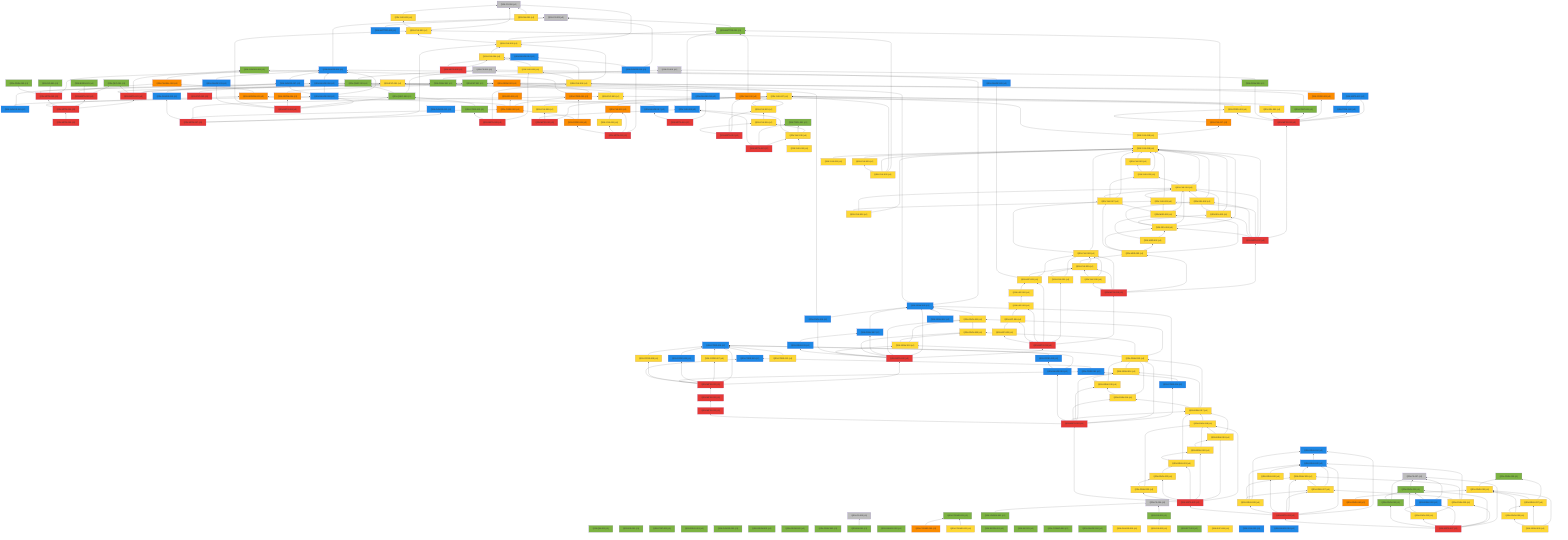
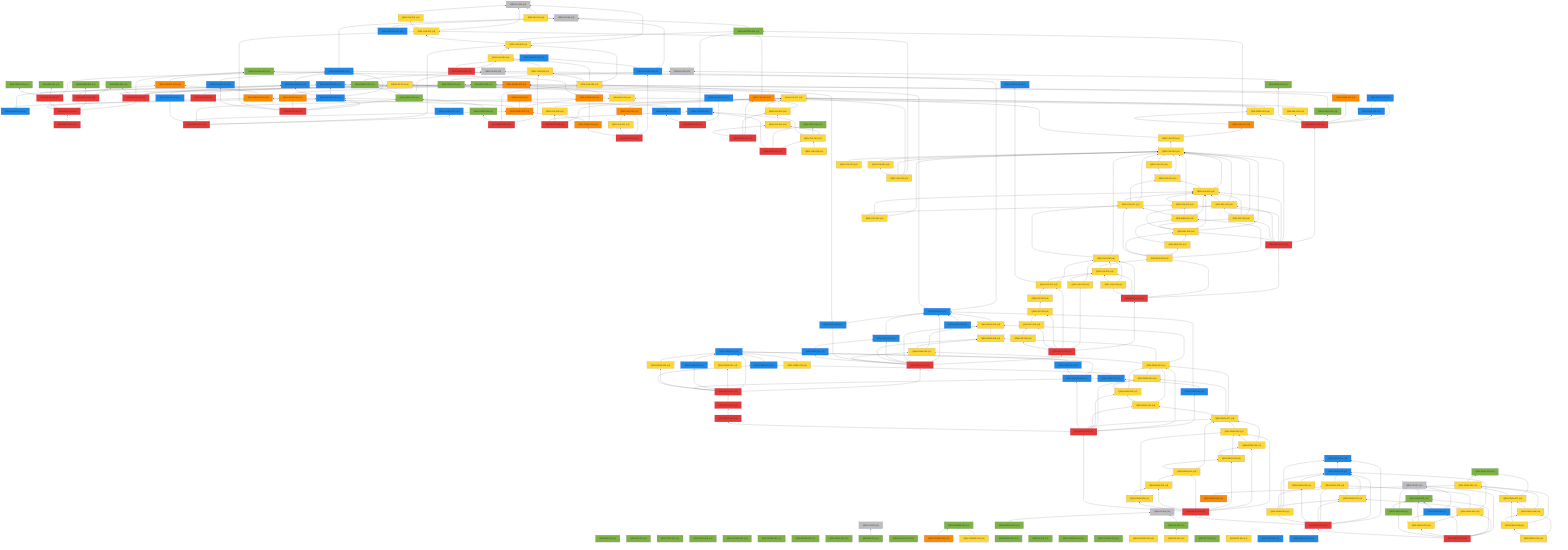
%% 自動生成 (dag/report.pl) — QRN 主張依存グラフ
graph BT
  QRN_C0_001["QRN-C0-001 (c0)"]:::c0
  QRN_C0_002["QRN-C0-002 (c0)"]:::c0
  QRN_C0_003["QRN-C0-003 (c0)"]:::c0
  QRN_C0_004["QRN-C0-004 (c0)"]:::c0
  QRN_C0_005["QRN-C0-005 (c0)"]:::c0
  QRN_C0_006["QRN-C0-006 (c0)"]:::c0
  QRN_QM_001["QRN-QM-001 (c1)"]:::c1
  QRN_GR_001["QRN-GR-001 (c1)"]:::c1
  QRN_STAT_001["QRN-STAT-001 (c1)"]:::c1
  QRN_FIELD_001["QRN-FIELD-001 (c1)"]:::c1
  QRN_GAUGE_001["QRN-GAUGE-001 (c1)"]:::c1
  QRN_ENT_001["QRN-ENT-001 (c1)"]:::c1
  QRN_GEOM_001["QRN-GEOM-001 (c1)"]:::c1
  QRN_GEOM_002["QRN-GEOM-002 (c1)"]:::c1
  QRN_GEOM_003["QRN-GEOM-003 (c3)"]:::c3
  QRN_GRAV_001["QRN-GRAV-001 (c1)"]:::c1
  QRN_GRAV_002["QRN-GRAV-002 (c1)"]:::c1
  QRN_BH_001["QRN-BH-001 (c1)"]:::c1
  QRN_CAUSAL_001["QRN-CAUSAL-001 (c1)"]:::c1
  QRN_CAUSAL_002["QRN-CAUSAL-002 (c3)"]:::c3
  QRN_ER_001["QRN-ER-001 (c3)"]:::c3
  QRN_QEC_001["QRN-QEC-001 (c1)"]:::c1
  QRN_GAUGE_002["QRN-GAUGE-002 (c1)"]:::c1
  QRN_COSMO_001["QRN-COSMO-001 (c1)"]:::c1
  QRN_COSMO_002["QRN-COSMO-002 (c4)"]:::c4
  QRN_COSMO_003["QRN-COSMO-003 (c3)"]:::c3
  QRN_BORN_001["QRN-BORN-001 (c1)"]:::c1
  QRN_BORN_002["QRN-BORN-002 (c1)"]:::c1
  QRN_GRAV_003["QRN-GRAV-003 (c1)"]:::c1
  QRN_KK_001["QRN-KK-001 (c1)"]:::c1
  QRN_MATTER_001["QRN-MATTER-001 (c1)"]:::c1
  QRN_MATTER_002["QRN-MATTER-002 (c2)"]:::c2
  QRN_COSMO_004["QRN-COSMO-004 (c1)"]:::c1
  QRN_EXP_001["QRN-EXP-001 (c4)"]:::c4
  QRN_GAUGE_003["QRN-GAUGE-003 (c2)"]:::c2
  QRN_GAUGE_004["QRN-GAUGE-004 (c1)"]:::c1
  QRN_GAUGE_005["QRN-GAUGE-005 (c4)"]:::c4
  QRN_YUK_001["QRN-YUK-001 (c4)"]:::c4
  QRN_RG_001["QRN-RG-001 (c1)"]:::c1
  QRN_UNRUH_001["QRN-UNRUH-001 (c1)"]:::c1
  QRN_QNEC_001["QRN-QNEC-001 (c1)"]:::c1
  QRN_NU_001["QRN-NU-001 (c4)"]:::c4
  QRN_GAUGE_006["QRN-GAUGE-006 (c2)"]:::c2
  QRN_DS_001["QRN-DS-001 (c1)"]:::c1
  QRN_DS_002["QRN-DS-002 (c4)"]:::c4
  QRN_ARROW_001["QRN-ARROW-001 (c3)"]:::c3
  QRN_GAUGE_007["QRN-GAUGE-007 (c2)"]:::c2
  QRN_EFT_001["QRN-EFT-001 (c1)"]:::c1
  QRN_GAUGE_008["QRN-GAUGE-008 (c2)"]:::c2
  QRN_GAUGE_009["QRN-GAUGE-009 (c2)"]:::c2
  QRN_GAUGE_010["QRN-GAUGE-010 (c2)"]:::c2
  QRN_QNEC_002["QRN-QNEC-002 (c1)"]:::c1
  QRN_GEOM_004["QRN-GEOM-004 (c3)"]:::c3
  QRN_YUK_002["QRN-YUK-002 (c4)"]:::c4
  QRN_EXP_002["QRN-EXP-002 (c5)"]:::c5
  QRN_CORE_001["QRN-CORE-001 (c3)"]:::c3
  QRN_GAUGE_011["QRN-GAUGE-011 (c2)"]:::c2
  QRN_GAUGE_012["QRN-GAUGE-012 (c2)"]:::c2
  QRN_YUK_003["QRN-YUK-003 (c4)"]:::c4
  QRN_EXP_003["QRN-EXP-003 (c4)"]:::c4
  QRN_CORE_002["QRN-CORE-002 (c3)"]:::c3
  QRN_GAUGE_013["QRN-GAUGE-013 (c2)"]:::c2
  QRN_YUK_004["QRN-YUK-004 (c4)"]:::c4
  QRN_GAUGE_014["QRN-GAUGE-014 (c2)"]:::c2
  QRN_META_001["QRN-META-001 (c5)"]:::c5
  QRN_META_002["QRN-META-002 (c5)"]:::c5
  QRN_META_003["QRN-META-003 (c5)"]:::c5
  QRN_META_004["QRN-META-004 (c5)"]:::c5
  QRN_META_005["QRN-META-005 (c5)"]:::c5
  QRN_META_006["QRN-META-006 (c5)"]:::c5
  QRN_META_007["QRN-META-007 (c5)"]:::c5
  QRN_META_008["QRN-META-008 (c5)"]:::c5
  QRN_YUK_005["QRN-YUK-005 (c4)"]:::c4
  QRN_YUK_006["QRN-YUK-006 (c4)"]:::c4
  QRN_CORE_003["QRN-CORE-003 (c1)"]:::c1
  QRN_META_009["QRN-META-009 (c5)"]:::c5
  QRN_YUK_007["QRN-YUK-007 (c4)"]:::c4
  QRN_YUK_008["QRN-YUK-008 (c4)"]:::c4
  QRN_YUK_009["QRN-YUK-009 (c2)"]:::c2
  QRN_META_010["QRN-META-010 (c5)"]:::c5
  QRN_GAUGE_015["QRN-GAUGE-015 (c2)"]:::c2
  QRN_YUK_010["QRN-YUK-010 (c3)"]:::c3
  QRN_YUK_011["QRN-YUK-011 (c4)"]:::c4
  QRN_CORE_004["QRN-CORE-004 (c3)"]:::c3
  QRN_META_011["QRN-META-011 (c5)"]:::c5
  QRN_YUK_012["QRN-YUK-012 (c3)"]:::c3
  QRN_YUK_013["QRN-YUK-013 (c4)"]:::c4
  QRN_YUK_014["QRN-YUK-014 (c4)"]:::c4
  QRN_META_012["QRN-META-012 (c5)"]:::c5
  QRN_TOOL_001["QRN-TOOL-001 (c1)"]:::c1
  QRN_YUK_015["QRN-YUK-015 (c4)"]:::c4
  QRN_META_013["QRN-META-013 (c5)"]:::c5
  QRN_GAUGE_016["QRN-GAUGE-016 (c2)"]:::c2
  QRN_GAUGE_017["QRN-GAUGE-017 (c2)"]:::c2
  QRN_META_014["QRN-META-014 (c5)"]:::c5
  QRN_META_015["QRN-META-015 (c2)"]:::c2
  QRN_TOOL_002["QRN-TOOL-002 (c2)"]:::c2
  QRN_CORE_005["QRN-CORE-005 (c3)"]:::c3
  QRN_CONT_001["QRN-CONT-001 (c1)"]:::c1
  QRN_SEL_001["QRN-SEL-001 (c4)"]:::c4
  QRN_GRAV_004["QRN-GRAV-004 (c1)"]:::c1
  QRN_PRED_001["QRN-PRED-001 (c4)"]:::c4
  QRN_META_016["QRN-META-016 (c5)"]:::c5
  QRN_YUK_016["QRN-YUK-016 (c4)"]:::c4
  QRN_YUK_017["QRN-YUK-017 (c3)"]:::c3
  QRN_YUK_018["QRN-YUK-018 (c4)"]:::c4
  QRN_YUK_019["QRN-YUK-019 (c4)"]:::c4
  QRN_YUK_020["QRN-YUK-020 (c4)"]:::c4
  QRN_YUK_021["QRN-YUK-021 (c4)"]:::c4
  QRN_YUK_022["QRN-YUK-022 (c4)"]:::c4
  QRN_YUK_023["QRN-YUK-023 (c4)"]:::c4
  QRN_YUK_024["QRN-YUK-024 (c4)"]:::c4
  QRN_YUK_025["QRN-YUK-025 (c4)"]:::c4
  QRN_SEL_002["QRN-SEL-002 (c4)"]:::c4
  QRN_SEL_003["QRN-SEL-003 (c4)"]:::c4
  QRN_SEL_004["QRN-SEL-004 (c4)"]:::c4
  QRN_META_017["QRN-META-017 (c5)"]:::c5
  QRN_YUK_026["QRN-YUK-026 (c4)"]:::c4
  QRN_YUK_027["QRN-YUK-027 (c4)"]:::c4
  QRN_MSR_001["QRN-MSR-001 (c4)"]:::c4
  QRN_MSR_002["QRN-MSR-002 (c4)"]:::c4
  QRN_MSR_003["QRN-MSR-003 (c4)"]:::c4
  QRN_YUK_028["QRN-YUK-028 (c4)"]:::c4
  QRN_YUK_029["QRN-YUK-029 (c4)"]:::c4
  QRN_YUK_030["QRN-YUK-030 (c4)"]:::c4
  QRN_META_018["QRN-META-018 (c5)"]:::c5
  QRN_YUK_031["QRN-YUK-031 (c4)"]:::c4
  QRN_LEP_001["QRN-LEP-001 (c4)"]:::c4
  QRN_LEP_002["QRN-LEP-002 (c4)"]:::c4
  QRN_LEP_003["QRN-LEP-003 (c4)"]:::c4
  QRN_LEP_004["QRN-LEP-004 (c4)"]:::c4
  QRN_LEP_005["QRN-LEP-005 (c4)"]:::c4
  QRN_META_019["QRN-META-019 (c5)"]:::c5
  QRN_GRAV_005["QRN-GRAV-005 (c2)"]:::c2
  QRN_GRAV_006["QRN-GRAV-006 (c4)"]:::c4
  QRN_GRAV_007["QRN-GRAV-007 (c2)"]:::c2
  QRN_GRAV_008["QRN-GRAV-008 (c4)"]:::c4
  QRN_GRAV_009["QRN-GRAV-009 (c2)"]:::c2
  QRN_GRAV_010["QRN-GRAV-010 (c4)"]:::c4
  QRN_GRAV_011["QRN-GRAV-011 (c2)"]:::c2
  QRN_META_020["QRN-META-020 (c5)"]:::c5
  QRN_CORE_006["QRN-CORE-006 (c2)"]:::c2
  QRN_CORE_007["QRN-CORE-007 (c4)"]:::c4
  QRN_CORE_008["QRN-CORE-008 (c2)"]:::c2
  QRN_CORE_009["QRN-CORE-009 (c4)"]:::c4
  QRN_CORE_010["QRN-CORE-010 (c2)"]:::c2
  QRN_CORE_011["QRN-CORE-011 (c2)"]:::c2
  QRN_META_021["QRN-META-021 (c5)"]:::c5
  QRN_CORE_012["QRN-CORE-012 (c4)"]:::c4
  QRN_EXP_004["QRN-EXP-004 (c4)"]:::c4
  QRN_CORE_013["QRN-CORE-013 (c2)"]:::c2
  QRN_GRAV_012["QRN-GRAV-012 (c2)"]:::c2
  QRN_YUK_032["QRN-YUK-032 (c2)"]:::c2
  QRN_GAUGE_018["QRN-GAUGE-018 (c2)"]:::c2
  QRN_META_022["QRN-META-022 (c5)"]:::c5
  QRN_META_023["QRN-META-023 (c5)"]:::c5
  QRN_CORE_014["QRN-CORE-014 (c2)"]:::c2
  QRN_GRAV_013["QRN-GRAV-013 (c4)"]:::c4
  QRN_GRAV_014["QRN-GRAV-014 (c4)"]:::c4
  QRN_GRAV_015["QRN-GRAV-015 (c4)"]:::c4
  QRN_GRAV_016["QRN-GRAV-016 (c4)"]:::c4
  QRN_GRAV_017["QRN-GRAV-017 (c4)"]:::c4
  QRN_GAUGE_019["QRN-GAUGE-019 (c2)"]:::c2
  QRN_META_024["QRN-META-024 (c5)"]:::c5
  QRN_GRAV_018["QRN-GRAV-018 (c4)"]:::c4
  QRN_GRAV_019["QRN-GRAV-019 (c4)"]:::c4
  QRN_GRAV_020["QRN-GRAV-020 (c4)"]:::c4
  QRN_GRAV_021["QRN-GRAV-021 (c4)"]:::c4
  QRN_GRAV_022["QRN-GRAV-022 (c4)"]:::c4
  QRN_GRAV_023["QRN-GRAV-023 (c4)"]:::c4
  QRN_META_025["QRN-META-025 (c5)"]:::c5
  QRN_GRAV_024["QRN-GRAV-024 (c2)"]:::c2
  QRN_GRAV_025["QRN-GRAV-025 (c2)"]:::c2
  QRN_GRAV_026["QRN-GRAV-026 (c4)"]:::c4
  QRN_GRAV_027["QRN-GRAV-027 (c4)"]:::c4
  QRN_GRAV_028["QRN-GRAV-028 (c4)"]:::c4
  QRN_GRAV_029["QRN-GRAV-029 (c4)"]:::c4
  QRN_META_026["QRN-META-026 (c5)"]:::c5
  QRN_GRAV_030["QRN-GRAV-030 (c4)"]:::c4
  QRN_C0_007["QRN-C0-007 (c0)"]:::c0
  QRN_GRAV_031["QRN-GRAV-031 (c1)"]:::c1
  QRN_GRAV_032["QRN-GRAV-032 (c2)"]:::c2
  QRN_GRAV_033["QRN-GRAV-033 (c4)"]:::c4
  QRN_GRAV_034["QRN-GRAV-034 (c1)"]:::c1
  QRN_META_027["QRN-META-027 (c5)"]:::c5
  QRN_YUK_033["QRN-YUK-033 (c4)"]:::c4
  QRN_GRAV_035["QRN-GRAV-035 (c1)"]:::c1
  QRN_GRAV_036["QRN-GRAV-036 (c4)"]:::c4
  QRN_GRAV_037["QRN-GRAV-037 (c4)"]:::c4
  QRN_GRAV_038["QRN-GRAV-038 (c4)"]:::c4
  QRN_GRAV_039["QRN-GRAV-039 (c4)"]:::c4
  QRN_GRAV_040["QRN-GRAV-040 (c3)"]:::c3
+   QRN_GRAV_041["QRN-GRAV-041 (c4)"]:::c4
  QRN_GRAV_001 --> QRN_C0_001
  QRN_BH_001 --> QRN_C0_003
  QRN_CAUSAL_002 --> QRN_CAUSAL_001
  QRN_COSMO_002 --> QRN_COSMO_001
  QRN_COSMO_003 --> QRN_COSMO_001
  QRN_MATTER_001 --> QRN_C0_005
  QRN_MATTER_002 --> QRN_C0_005
  QRN_GAUGE_003 --> QRN_C0_005
  QRN_YUK_001 --> QRN_C0_006
  QRN_UNRUH_001 --> QRN_C0_004
  QRN_QNEC_001 --> QRN_C0_002
  QRN_NU_001 --> QRN_C0_006
  QRN_GAUGE_006 --> QRN_GAUGE_003
  QRN_DS_001 --> QRN_C0_004
  QRN_DS_002 --> QRN_DS_001
  QRN_ARROW_001 --> QRN_CAUSAL_002
  QRN_GAUGE_007 --> QRN_GAUGE_003
  QRN_GAUGE_008 --> QRN_GAUGE_003
  QRN_GAUGE_008 --> QRN_GAUGE_006
  QRN_GAUGE_008 --> QRN_GAUGE_007
  QRN_GAUGE_009 --> QRN_GAUGE_003
  QRN_GAUGE_010 --> QRN_GAUGE_006
  QRN_GAUGE_010 --> QRN_GAUGE_008
  QRN_QNEC_002 --> QRN_C0_002
  QRN_QNEC_002 --> QRN_QNEC_001
  QRN_GEOM_004 --> QRN_GEOM_003
  QRN_YUK_002 --> QRN_C0_006
  QRN_YUK_002 --> QRN_YUK_001
  QRN_EXP_002 --> QRN_EXP_001
  QRN_CORE_001 --> QRN_GEOM_003
  QRN_CORE_001 --> QRN_CAUSAL_001
  QRN_GAUGE_011 --> QRN_GAUGE_003
  QRN_YUK_003 --> QRN_C0_006
  QRN_YUK_003 --> QRN_MATTER_001
  QRN_YUK_003 --> QRN_YUK_002
  QRN_EXP_003 --> QRN_EXP_001
  QRN_CORE_002 --> QRN_CORE_001
  QRN_CORE_002 --> QRN_ER_001
  QRN_CORE_002 --> QRN_ARROW_001
  QRN_GAUGE_013 --> QRN_GAUGE_007
  QRN_YUK_004 --> QRN_YUK_003
  QRN_META_001 --> QRN_GEOM_003
  QRN_META_001 --> QRN_GRAV_001
  QRN_META_001 --> QRN_CAUSAL_001
  QRN_META_001 --> QRN_QEC_001
  QRN_META_001 --> QRN_ENT_001
  QRN_META_002 --> QRN_QEC_001
  QRN_META_002 --> QRN_BORN_001
  QRN_META_002 --> QRN_CAUSAL_002
  QRN_META_003 --> QRN_GAUGE_003
  QRN_META_003 --> QRN_RG_001
  QRN_META_003 --> QRN_QNEC_001
  QRN_META_003 --> QRN_GRAV_003
  QRN_META_004 --> QRN_META_001
  QRN_META_004 --> QRN_META_002
  QRN_META_004 --> QRN_META_003
  QRN_META_004 --> QRN_ARROW_001
  QRN_META_005 --> QRN_META_004
  QRN_META_006 --> QRN_GAUGE_008
  QRN_META_006 --> QRN_QNEC_002
  QRN_META_006 --> QRN_GEOM_004
  QRN_META_006 --> QRN_YUK_002
  QRN_META_006 --> QRN_GAUGE_011
  QRN_META_007 --> QRN_GAUGE_012
  QRN_META_007 --> QRN_YUK_003
  QRN_META_007 --> QRN_EXP_003
  QRN_META_007 --> QRN_CORE_002
  QRN_META_007 --> QRN_GAUGE_013
  QRN_META_008 --> QRN_YUK_004
  QRN_META_008 --> QRN_GAUGE_014
  QRN_YUK_005 --> QRN_YUK_004
  QRN_YUK_006 --> QRN_YUK_003
  QRN_YUK_006 --> QRN_YUK_004
  QRN_YUK_006 --> QRN_YUK_005
  QRN_CORE_003 --> QRN_QNEC_002
  QRN_META_009 --> QRN_YUK_005
  QRN_META_009 --> QRN_YUK_006
  QRN_META_009 --> QRN_CORE_003
  QRN_YUK_007 --> QRN_YUK_006
  QRN_YUK_008 --> QRN_YUK_007
  QRN_YUK_009 --> QRN_MATTER_001
  QRN_META_010 --> QRN_YUK_007
  QRN_META_010 --> QRN_YUK_008
  QRN_META_010 --> QRN_YUK_009
  QRN_GAUGE_015 --> QRN_C0_005
  QRN_GAUGE_015 --> QRN_GAUGE_014
  QRN_YUK_010 --> QRN_YUK_007
  QRN_YUK_011 --> QRN_YUK_010
  QRN_CORE_004 --> QRN_CORE_001
  QRN_CORE_004 --> QRN_CORE_002
  QRN_META_011 --> QRN_GAUGE_015
  QRN_META_011 --> QRN_YUK_010
  QRN_META_011 --> QRN_YUK_011
  QRN_META_011 --> QRN_CORE_004
  QRN_YUK_012 --> QRN_MATTER_001
  QRN_YUK_013 --> QRN_YUK_012
  QRN_YUK_013 --> QRN_YUK_007
  QRN_YUK_014 --> QRN_YUK_013
  QRN_META_012 --> QRN_YUK_012
  QRN_META_012 --> QRN_YUK_013
  QRN_META_012 --> QRN_YUK_014
  QRN_YUK_015 --> QRN_YUK_014
  QRN_YUK_015 --> QRN_TOOL_001
  QRN_YUK_015 --> QRN_YUK_009
  QRN_META_013 --> QRN_YUK_015
  QRN_META_013 --> QRN_TOOL_001
  QRN_META_013 --> QRN_YUK_009
  QRN_GAUGE_016 --> QRN_GAUGE_006
  QRN_GAUGE_017 --> QRN_GAUGE_008
  QRN_META_014 --> QRN_GAUGE_016
  QRN_META_014 --> QRN_GAUGE_017
  QRN_TOOL_002 --> QRN_META_015
  QRN_CORE_005 --> QRN_GEOM_003
  QRN_CONT_001 --> QRN_ENT_001
  QRN_SEL_001 --> QRN_YUK_007
  QRN_GRAV_004 --> QRN_C0_001
  QRN_PRED_001 --> QRN_YUK_007
  QRN_PRED_001 --> QRN_EXP_003
  QRN_META_016 --> QRN_META_015
  QRN_META_016 --> QRN_TOOL_002
  QRN_META_016 --> QRN_CORE_005
  QRN_META_016 --> QRN_CONT_001
  QRN_META_016 --> QRN_SEL_001
  QRN_META_016 --> QRN_GRAV_004
  QRN_META_016 --> QRN_PRED_001
  QRN_YUK_016 --> QRN_YUK_015
  QRN_YUK_017 --> QRN_MATTER_001
  QRN_YUK_017 --> QRN_PRED_001
  QRN_YUK_018 --> QRN_YUK_017
  QRN_YUK_018 --> QRN_YUK_007
  QRN_YUK_019 --> QRN_YUK_018
  QRN_YUK_020 --> QRN_YUK_019
  QRN_YUK_021 --> QRN_YUK_019
  QRN_YUK_022 --> QRN_YUK_019
  QRN_YUK_023 --> QRN_YUK_019
  QRN_YUK_023 --> QRN_YUK_022
  QRN_YUK_024 --> QRN_YUK_019
  QRN_YUK_024 --> QRN_YUK_023
  QRN_YUK_025 --> QRN_YUK_019
  QRN_YUK_025 --> QRN_YUK_024
  QRN_SEL_002 --> QRN_YUK_019
  QRN_SEL_002 --> QRN_YUK_024
  QRN_SEL_003 --> QRN_YUK_019
  QRN_SEL_003 --> QRN_YUK_024
  QRN_SEL_003 --> QRN_SEL_002
  QRN_SEL_004 --> QRN_YUK_019
  QRN_SEL_004 --> QRN_YUK_024
  QRN_SEL_004 --> QRN_SEL_002
  QRN_SEL_004 --> QRN_SEL_003
  QRN_META_017 --> QRN_META_016
  QRN_META_017 --> QRN_YUK_019
  QRN_META_017 --> QRN_YUK_024
  QRN_META_017 --> QRN_YUK_025
  QRN_META_017 --> QRN_SEL_002
  QRN_META_017 --> QRN_SEL_003
  QRN_META_017 --> QRN_SEL_004
  QRN_YUK_026 --> QRN_YUK_019
  QRN_YUK_026 --> QRN_YUK_024
  QRN_YUK_026 --> QRN_YUK_025
  QRN_YUK_027 --> QRN_YUK_019
  QRN_YUK_027 --> QRN_YUK_023
  QRN_YUK_027 --> QRN_YUK_024
  QRN_MSR_001 --> QRN_YUK_024
  QRN_MSR_001 --> QRN_YUK_025
  QRN_MSR_001 --> QRN_YUK_027
  QRN_MSR_002 --> QRN_SEL_004
  QRN_MSR_002 --> QRN_MSR_001
  QRN_MSR_003 --> QRN_MSR_001
  QRN_MSR_003 --> QRN_MSR_002
  QRN_MSR_003 --> QRN_SEL_004
  QRN_MSR_003 --> QRN_YUK_027
  QRN_YUK_028 --> QRN_YUK_019
  QRN_YUK_028 --> QRN_YUK_027
  QRN_YUK_029 --> QRN_YUK_028
  QRN_YUK_029 --> QRN_MSR_003
  QRN_YUK_030 --> QRN_YUK_028
  QRN_YUK_030 --> QRN_YUK_029
  QRN_META_018 --> QRN_META_017
  QRN_META_018 --> QRN_MSR_003
  QRN_META_018 --> QRN_YUK_028
  QRN_META_018 --> QRN_YUK_029
  QRN_META_018 --> QRN_YUK_030
  QRN_YUK_031 --> QRN_YUK_028
  QRN_YUK_031 --> QRN_YUK_029
  QRN_LEP_001 --> QRN_YUK_028
  QRN_LEP_001 --> QRN_YUK_029
  QRN_LEP_001 --> QRN_GAUGE_009
  QRN_LEP_002 --> QRN_LEP_001
  QRN_LEP_003 --> QRN_LEP_002
  QRN_LEP_004 --> QRN_LEP_003
  QRN_LEP_005 --> QRN_LEP_004
  QRN_META_019 --> QRN_META_018
  QRN_META_019 --> QRN_YUK_031
  QRN_META_019 --> QRN_LEP_001
  QRN_META_019 --> QRN_LEP_003
  QRN_META_019 --> QRN_LEP_004
  QRN_META_019 --> QRN_LEP_005
  QRN_GRAV_005 --> QRN_C0_002
  QRN_GRAV_005 --> QRN_GRAV_001
  QRN_GRAV_006 --> QRN_GRAV_005
  QRN_GRAV_007 --> QRN_GRAV_005
  QRN_GRAV_008 --> QRN_GRAV_006
  QRN_GRAV_009 --> QRN_GRAV_005
  QRN_GRAV_009 --> QRN_QNEC_001
  QRN_GRAV_010 --> QRN_GRAV_006
  QRN_GRAV_010 --> QRN_GRAV_008
  QRN_GRAV_011 --> QRN_GRAV_007
  QRN_META_020 --> QRN_META_019
  QRN_META_020 --> QRN_GRAV_005
  QRN_META_020 --> QRN_GRAV_006
  QRN_META_020 --> QRN_GRAV_007
  QRN_META_020 --> QRN_GRAV_008
  QRN_META_020 --> QRN_GRAV_009
  QRN_META_020 --> QRN_GRAV_010
  QRN_META_020 --> QRN_GRAV_011
  QRN_CORE_007 --> QRN_CORE_006
  QRN_CORE_008 --> QRN_CORE_006
  QRN_CORE_009 --> QRN_CORE_006
  QRN_CORE_010 --> QRN_CORE_006
  QRN_CORE_011 --> QRN_CORE_010
  QRN_META_021 --> QRN_META_020
  QRN_META_021 --> QRN_CORE_006
  QRN_META_021 --> QRN_CORE_007
  QRN_META_021 --> QRN_CORE_008
  QRN_META_021 --> QRN_CORE_009
  QRN_META_021 --> QRN_CORE_010
  QRN_META_021 --> QRN_CORE_011
  QRN_CORE_012 --> QRN_CORE_006
  QRN_CORE_013 --> QRN_CORE_006
  QRN_GRAV_012 --> QRN_GRAV_005
  QRN_META_022 --> QRN_META_021
  QRN_META_023 --> QRN_META_022
  QRN_CORE_014 --> QRN_CORE_011
  QRN_CORE_014 --> QRN_GRAV_005
  QRN_GRAV_013 --> QRN_GRAV_006
  QRN_GRAV_013 --> QRN_GRAV_008
  QRN_GRAV_013 --> QRN_GRAV_010
  QRN_GRAV_014 --> QRN_GRAV_013
  QRN_GRAV_015 --> QRN_GRAV_013
  QRN_GRAV_015 --> QRN_GRAV_014
  QRN_GRAV_016 --> QRN_GRAV_013
  QRN_GRAV_016 --> QRN_GRAV_015
  QRN_GRAV_017 --> QRN_GRAV_013
  QRN_GRAV_017 --> QRN_GRAV_014
  QRN_GRAV_017 --> QRN_GRAV_016
  QRN_GAUGE_019 --> QRN_CORE_006
  QRN_GAUGE_019 --> QRN_CORE_013
  QRN_META_024 --> QRN_CORE_014
  QRN_META_024 --> QRN_GRAV_013
  QRN_META_024 --> QRN_GRAV_014
  QRN_META_024 --> QRN_GRAV_015
  QRN_META_024 --> QRN_GRAV_016
  QRN_META_024 --> QRN_GRAV_017
  QRN_META_024 --> QRN_GAUGE_019
  QRN_META_024 --> QRN_META_023
  QRN_GRAV_018 --> QRN_GRAV_017
  QRN_GRAV_019 --> QRN_GRAV_017
  QRN_GRAV_019 --> QRN_GRAV_018
  QRN_GRAV_020 --> QRN_GRAV_018
  QRN_GRAV_020 --> QRN_GRAV_019
  QRN_GRAV_021 --> QRN_GRAV_017
  QRN_GRAV_021 --> QRN_GRAV_020
  QRN_GRAV_022 --> QRN_GRAV_021
  QRN_GRAV_023 --> QRN_GRAV_018
  QRN_GRAV_023 --> QRN_GRAV_022
  QRN_META_025 --> QRN_GRAV_018
  QRN_META_025 --> QRN_GRAV_019
  QRN_META_025 --> QRN_GRAV_020
  QRN_META_025 --> QRN_GRAV_021
  QRN_META_025 --> QRN_GRAV_022
  QRN_META_025 --> QRN_GRAV_023
  QRN_META_025 --> QRN_META_024
  QRN_GRAV_025 --> QRN_GRAV_024
  QRN_GRAV_026 --> QRN_GRAV_025
  QRN_GRAV_027 --> QRN_GRAV_025
  QRN_GRAV_027 --> QRN_GRAV_026
  QRN_GRAV_028 --> QRN_GRAV_025
  QRN_GRAV_029 --> QRN_GRAV_024
  QRN_GRAV_029 --> QRN_GRAV_025
  QRN_GRAV_029 --> QRN_GRAV_026
  QRN_GRAV_029 --> QRN_GRAV_027
  QRN_META_026 --> QRN_GRAV_024
  QRN_META_026 --> QRN_GRAV_025
  QRN_META_026 --> QRN_GRAV_026
  QRN_META_026 --> QRN_GRAV_027
  QRN_META_026 --> QRN_GRAV_028
  QRN_META_026 --> QRN_GRAV_029
  QRN_META_026 --> QRN_META_025
  QRN_GRAV_030 --> QRN_GRAV_025
  QRN_GRAV_030 --> QRN_GRAV_026
  QRN_GRAV_030 --> QRN_GRAV_027
  QRN_GRAV_031 --> QRN_C0_007
  QRN_GRAV_032 --> QRN_C0_007
  QRN_GRAV_032 --> QRN_GRAV_031
  QRN_GRAV_033 --> QRN_GRAV_030
  QRN_GRAV_033 --> QRN_GRAV_031
  QRN_GRAV_033 --> QRN_GRAV_032
  QRN_GRAV_034 --> QRN_C0_007
  QRN_GRAV_034 --> QRN_GRAV_031
  QRN_META_027 --> QRN_C0_007
  QRN_META_027 --> QRN_GRAV_030
  QRN_META_027 --> QRN_GRAV_031
  QRN_META_027 --> QRN_GRAV_032
  QRN_META_027 --> QRN_GRAV_033
  QRN_META_027 --> QRN_GRAV_034
  QRN_META_027 --> QRN_META_026
  QRN_YUK_033 --> QRN_YUK_002
  QRN_YUK_033 --> QRN_YUK_007
  QRN_YUK_033 --> QRN_YUK_019
  QRN_YUK_033 --> QRN_YUK_020
  QRN_GRAV_036 --> QRN_GRAV_035
  QRN_GRAV_037 --> QRN_GRAV_035
  QRN_GRAV_037 --> QRN_GRAV_036
  QRN_GRAV_038 --> QRN_GRAV_036
  QRN_GRAV_038 --> QRN_GRAV_037
  QRN_GRAV_039 --> QRN_GRAV_036
  QRN_GRAV_039 --> QRN_GRAV_037
  QRN_GRAV_039 --> QRN_GRAV_038
  QRN_GRAV_040 --> QRN_GRAV_036
+   QRN_GRAV_041 --> QRN_GRAV_038
+   QRN_GRAV_041 --> QRN_GRAV_039
  classDef c0 fill:#bdbdbd
  classDef c1 fill:#7cb342
  classDef c2 fill:#1e88e5
  classDef c3 fill:#fb8c00
  classDef c4 fill:#fdd835
  classDef c5 fill:#e53935
